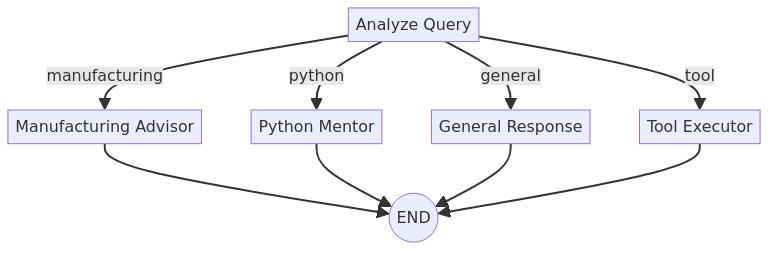
masahiro-tsubouchi/AIconsal keeps this Mermaid diagram as docs/graph.png. Above is the earlier version. Its source is kept beside it as docs/graph.mmd. Source of this version:
```mermaid
flowchart TD
  analyze_query[Analyze Query]
  process_manufacturing[Manufacturing Advisor]
  process_python[Python Mentor]
  general_response[General Response]
  process_tool[Tool Executor]
  END((END))
  analyze_query -- manufacturing --> process_manufacturing
  analyze_query -- python --> process_python
  analyze_query -- general --> general_response
  analyze_query -- tool --> process_tool
  process_manufacturing --> END
  process_python --> END
  general_response --> END
  process_tool --> END
```
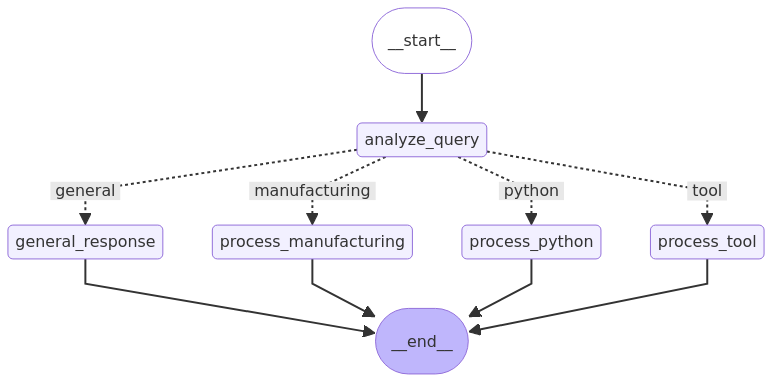
The same file after the commit.

Diff of the diagram source:
```diff
@@ -1,15 +1,25 @@
-flowchart TD
-  analyze_query[Analyze Query]
-  process_manufacturing[Manufacturing Advisor]
-  process_python[Python Mentor]
-  general_response[General Response]
-  process_tool[Tool Executor]
-  END((END))
-  analyze_query -- manufacturing --> process_manufacturing
-  analyze_query -- python --> process_python
-  analyze_query -- general --> general_response
-  analyze_query -- tool --> process_tool
-  process_manufacturing --> END
-  process_python --> END
-  general_response --> END
-  process_tool --> END
+---
+config:
+  flowchart:
+    curve: linear
+---
+graph TD;
+	__start__([<p>__start__</p>]):::first
+	analyze_query(analyze_query)
+	process_manufacturing(process_manufacturing)
+	process_python(process_python)
+	general_response(general_response)
+	process_tool(process_tool)
+	__end__([<p>__end__</p>]):::last
+	__start__ --> analyze_query;
+	analyze_query -. &nbsp;general&nbsp; .-> general_response;
+	analyze_query -. &nbsp;manufacturing&nbsp; .-> process_manufacturing;
+	analyze_query -. &nbsp;python&nbsp; .-> process_python;
+	analyze_query -. &nbsp;tool&nbsp; .-> process_tool;
+	general_response --> __end__;
+	process_manufacturing --> __end__;
+	process_python --> __end__;
+	process_tool --> __end__;
+	classDef default fill:#f2f0ff,line-height:1.2
+	classDef first fill-opacity:0
+	classDef last fill:#bfb6fc
```
